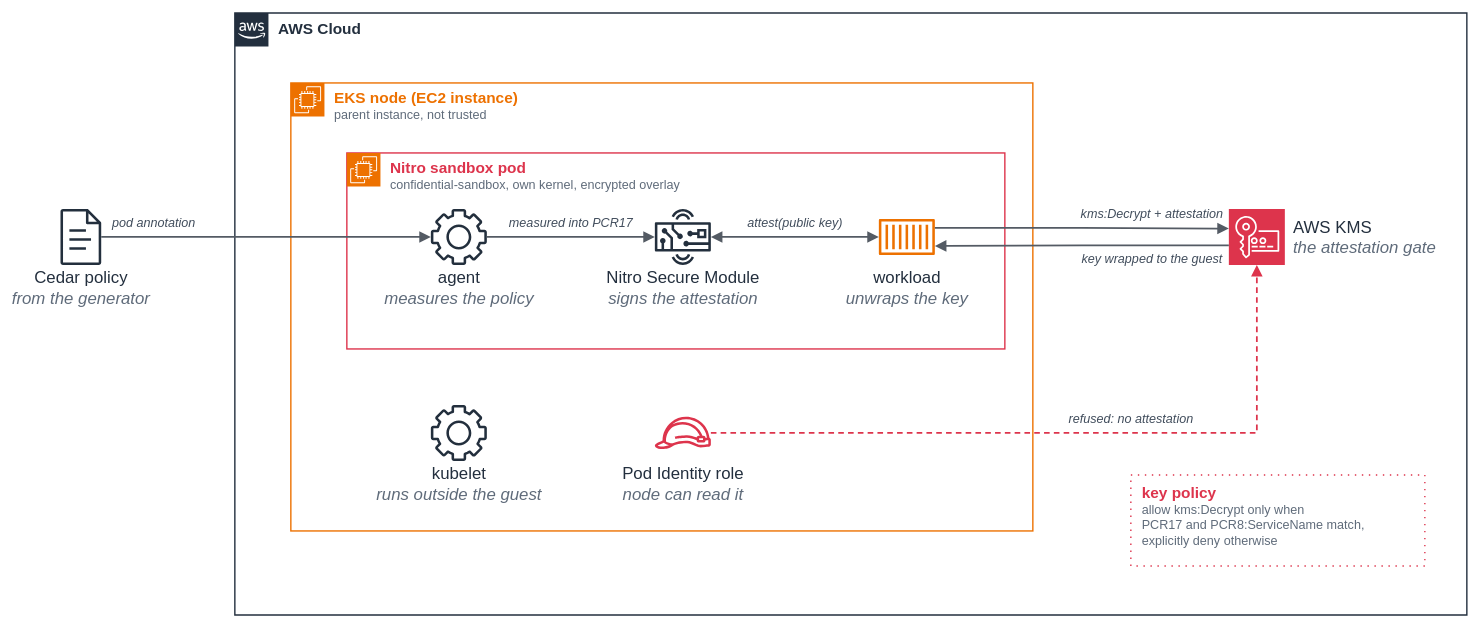
This is examples/confidential/images/figure-1-confidential-pod.drawio from aws-samples/sample-eks-nitro-sandbox, a draw.io file, before an edit. Source tidied: cells renumbered, new cells numbered last; positions are measured from the earlier drawing's top-left corner, leaving out a move shared by most shapes. Both pictures are drawn from the tidied source at 70%, with x=0, y=0 at pixel (52, 13).
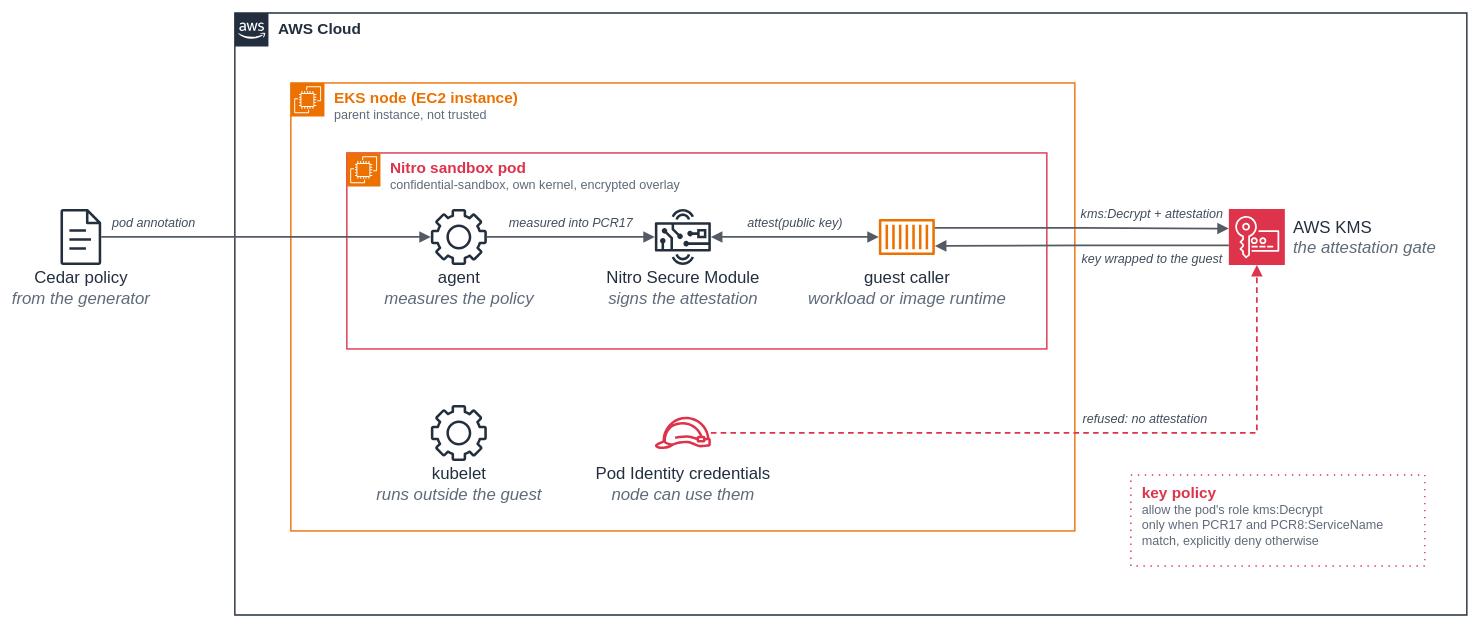
After the change.

Commit message (it also covers changes not shown here):
Confidential: fix four review findings on the PCR wording and figure 1

The change refers to these unchanged cells:
```xml
<mxCell id="13" value="&lt;div style=&quot;line-height:28.80px&quot;&gt;AWS KMS&lt;/div&gt;&lt;div style=&quot;line-height:27.20px&quot;&gt;&lt;i&gt;&lt;span style=&quot;color:#5F6B7A&quot;&gt;the attestation gate&lt;/span&gt;&lt;/i&gt;&lt;/div&gt;" style="sketch=0;points=[[0,0,0],[0.25,0,0],[0.5,0,0],[0.75,0,0],[1,0,0],[0,1,0],[0.25,1,0],[0.5,1,0],[0.75,1,0],[1,1,0],[0,0.25,0],[0,0.5,0],[0,0.75,0],[1,0.25,0],[1,0.5,0],[1,0.75,0]];outlineConnect=0;fillColor=#DD344C;strokeColor=#ffffff;dashed=0;labelPosition=right;verticalLabelPosition=middle;verticalAlign=middle;align=left;spacingLeft=12;html=1;shape=mxgraph.aws4.resourceIcon;resIcon=mxgraph.aws4.key_management_service;spacing=0;fontSize=24;fontColor=#232F3E;fontStyle=0;fontFamily=Arial,Helvetica,sans-serif;" parent="1" vertex="1">
  <mxGeometry x="1680" y="280" width="80" height="80" as="geometry" />
</mxCell>
```

The edit, as a diff of the source:
```diff
@@
     <mxCell id="4" value="&lt;div style=&quot;font-size:22px;line-height:26.40px&quot;&gt;EKS node (EC2 instance)&lt;/div&gt;&lt;div style=&quot;font-size:18px;line-height:22px&quot;&gt;&lt;span style=&quot;font-weight:normal&quot;&gt;&lt;span style=&quot;color:#5F6B7A&quot;&gt;parent instance, not trusted&lt;/span&gt;&lt;/span&gt;&lt;/div&gt;" style="rounded=0;html=1;whiteSpace=nowrap;strokeColor=#ED7100;fillColor=none;strokeWidth=2;dashed=0;verticalAlign=top;align=left;spacing=0;spacingLeft=62;spacingTop=4;fontSize=14;fontStyle=1;fontColor=#ED7100;fontFamily=Arial,Helvetica,sans-serif;" parent="1" vertex="1">
-      <mxGeometry x="340" y="100" width="1060" height="640" as="geometry" />
+      <mxGeometry x="340" y="100" width="1120" height="640" as="geometry" />
     </mxCell>
@@
     <mxCell id="6" value="&lt;div style=&quot;font-size:22px;line-height:26.40px&quot;&gt;Nitro sandbox pod&lt;/div&gt;&lt;div style=&quot;font-size:18px;line-height:22px&quot;&gt;&lt;span style=&quot;font-weight:normal&quot;&gt;&lt;span style=&quot;color:#5F6B7A&quot;&gt;confidential-sandbox, own kernel, encrypted overlay&lt;/span&gt;&lt;/span&gt;&lt;/div&gt;" style="rounded=0;html=1;whiteSpace=nowrap;strokeColor=#DD344C;fillColor=none;strokeWidth=2;dashed=0;verticalAlign=top;align=left;spacing=0;spacingLeft=62;spacingTop=4;fontSize=14;fontStyle=1;fontColor=#DD344C;fontFamily=Arial,Helvetica,sans-serif;" parent="1" vertex="1">
-      <mxGeometry x="420" y="200" width="940" height="280" as="geometry" />
+      <mxGeometry x="420" y="200" width="1000" height="280" as="geometry" />
     </mxCell>
@@
-    <mxCell id="10" value="&lt;div style=&quot;line-height:28.80px&quot;&gt;workload&lt;/div&gt;&lt;div style=&quot;line-height:27.20px&quot;&gt;&lt;i&gt;&lt;span style=&quot;color:#5F6B7A&quot;&gt;unwraps the key&lt;/span&gt;&lt;/i&gt;&lt;/div&gt;" style="sketch=0;outlineConnect=0;gradientColor=none;fillColor=#ED7100;strokeColor=none;dashed=0;verticalLabelPosition=bottom;verticalAlign=top;align=center;html=1;shape=mxgraph.aws4.container_1;spacing=0;fontSize=24;fontColor=#232F3E;fontStyle=0;fontFamily=Arial,Helvetica,sans-serif;" parent="1" vertex="1">
+    <mxCell id="10" value="&lt;div style=&quot;line-height:28.80px&quot;&gt;guest caller&lt;/div&gt;&lt;div style=&quot;line-height:27.20px&quot;&gt;&lt;i&gt;&lt;span style=&quot;color:#5F6B7A&quot;&gt;workload or image runtime&lt;/span&gt;&lt;/i&gt;&lt;/div&gt;" style="sketch=0;outlineConnect=0;gradientColor=none;fillColor=#ED7100;strokeColor=none;dashed=0;verticalLabelPosition=bottom;verticalAlign=top;align=center;html=1;shape=mxgraph.aws4.container_1;spacing=0;fontSize=24;fontColor=#232F3E;fontStyle=0;fontFamily=Arial,Helvetica,sans-serif;" parent="1" vertex="1">
       <mxGeometry x="1180" y="280" width="80" height="80" as="geometry" />
     </mxCell>
@@
-    <mxCell id="12" value="&lt;div style=&quot;line-height:28.80px&quot;&gt;Pod Identity role&lt;/div&gt;&lt;div style=&quot;line-height:27.20px&quot;&gt;&lt;i&gt;&lt;span style=&quot;color:#5F6B7A&quot;&gt;node can read it&lt;/span&gt;&lt;/i&gt;&lt;/div&gt;" style="sketch=0;outlineConnect=0;gradientColor=none;fillColor=#DD344C;strokeColor=none;dashed=0;verticalLabelPosition=bottom;verticalAlign=top;align=center;html=1;shape=mxgraph.aws4.role;spacing=0;fontSize=24;fontColor=#232F3E;fontStyle=0;fontFamily=Arial,Helvetica,sans-serif;" parent="1" vertex="1">
+    <mxCell id="12" value="&lt;div style=&quot;line-height:28.80px&quot;&gt;Pod Identity credentials&lt;/div&gt;&lt;div style=&quot;line-height:27.20px&quot;&gt;&lt;i&gt;&lt;span style=&quot;color:#5F6B7A&quot;&gt;node can use them&lt;/span&gt;&lt;/i&gt;&lt;/div&gt;" style="sketch=0;outlineConnect=0;gradientColor=none;fillColor=#DD344C;strokeColor=none;dashed=0;verticalLabelPosition=bottom;verticalAlign=top;align=center;html=1;shape=mxgraph.aws4.role;spacing=0;fontSize=24;fontColor=#232F3E;fontStyle=0;fontFamily=Arial,Helvetica,sans-serif;" parent="1" vertex="1">
       <mxGeometry x="860" y="560" width="80" height="80" as="geometry" />
     </mxCell>
@@
-    <mxCell id="14" value="&lt;div style=&quot;font-size:22px;line-height:26.40px&quot;&gt;key policy&lt;/div&gt;&lt;div style=&quot;font-size:18px;line-height:22px&quot;&gt;&lt;span style=&quot;font-weight:normal&quot;&gt;&lt;span style=&quot;color:#5F6B7A&quot;&gt;allow kms:Decrypt only when&lt;/span&gt;&lt;/span&gt;&lt;/div&gt;&lt;div style=&quot;font-size:18px;line-height:22px&quot;&gt;&lt;span style=&quot;font-weight:normal&quot;&gt;&lt;span style=&quot;color:#5F6B7A&quot;&gt;PCR17 and PCR8:ServiceName match,&lt;/span&gt;&lt;/span&gt;&lt;/div&gt;&lt;div style=&quot;font-size:18px;line-height:22px&quot;&gt;&lt;span style=&quot;font-weight:normal&quot;&gt;&lt;span style=&quot;color:#5F6B7A&quot;&gt;explicitly deny otherwise&lt;/span&gt;&lt;/span&gt;&lt;/div&gt;" style="rounded=0;html=1;whiteSpace=nowrap;strokeColor=#DD344C;fillColor=none;strokeWidth=2;dashed=1;dashPattern=1 4;verticalAlign=top;align=left;spacing=0;spacingLeft=16;spacingTop=8;fontSize=14;fontStyle=1;fontColor=#DD344C;fontFamily=Arial,Helvetica,sans-serif;" parent="1" vertex="1">
+    <mxCell id="14" value="&lt;div style=&quot;font-size:22px;line-height:26.40px&quot;&gt;key policy&lt;/div&gt;&lt;div style=&quot;font-size:18px;line-height:22px&quot;&gt;&lt;span style=&quot;font-weight:normal&quot;&gt;&lt;span style=&quot;color:#5F6B7A&quot;&gt;allow the pod's role kms:Decrypt&lt;/span&gt;&lt;/span&gt;&lt;/div&gt;&lt;div style=&quot;font-size:18px;line-height:22px&quot;&gt;&lt;span style=&quot;font-weight:normal&quot;&gt;&lt;span style=&quot;color:#5F6B7A&quot;&gt;only when PCR17 and PCR8:ServiceName&lt;/span&gt;&lt;/span&gt;&lt;/div&gt;&lt;div style=&quot;font-size:18px;line-height:22px&quot;&gt;&lt;span style=&quot;font-weight:normal&quot;&gt;&lt;span style=&quot;color:#5F6B7A&quot;&gt;match, explicitly deny otherwise&lt;/span&gt;&lt;/span&gt;&lt;/div&gt;" style="rounded=0;html=1;whiteSpace=nowrap;strokeColor=#DD344C;fillColor=none;strokeWidth=2;dashed=1;dashPattern=1 4;verticalAlign=top;align=left;spacing=0;spacingLeft=16;spacingTop=8;fontSize=14;fontStyle=1;fontColor=#DD344C;fontFamily=Arial,Helvetica,sans-serif;" parent="1" vertex="1">
       <mxGeometry x="1540" y="660" width="420" height="130" as="geometry" />
     </mxCell>
@@
     <mxCell id="20" value="refused: no attestation" style="edgeStyle=orthogonalEdgeStyle;rounded=0;html=1;strokeColor=#DD344C;strokeWidth=2.5;dashed=1;dashPattern=8 6;fixDash=1;endArrow=block;endFill=1;endSize=10;startArrow=none;exitX=1;exitY=0.5;exitDx=0;exitDy=0;entryX=0.5;entryY=1;entryDx=0;entryDy=0;fontSize=18;fontStyle=2;fontColor=#414D5C;fontFamily=Arial,Helvetica,sans-serif;labelBackgroundColor=none;" parent="1" edge="1" source="12" target="13">
       <mxGeometry relative="1" as="geometry">
         <Array as="points">
           <mxPoint x="1720" y="600" />
         </Array>
-        <mxPoint x="90" y="-20" as="offset" />
+        <mxPoint x="110" y="-20" as="offset" />
       </mxGeometry>
     </mxCell>
```
